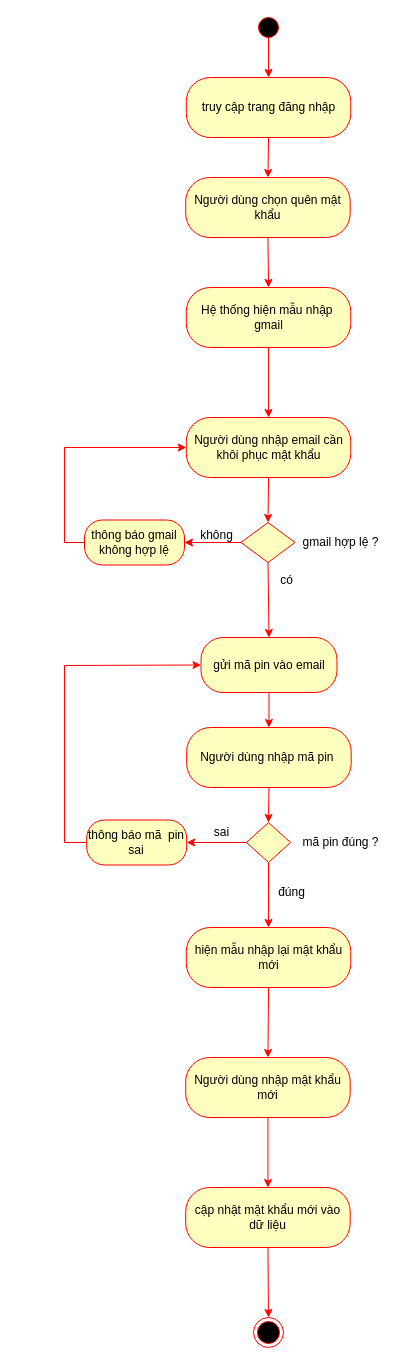
The draw.io diagram Nam3_HK1/CNPM_SoftTech/Activity Diagrams/Quân Huỳnh/AD_QuênMậtKhẩu.drawio in EdgarIgnite16/SGU-Course, before the edit. Source tidied: cells renumbered, new cells numbered last; positions are measured from the earlier drawing's top-left corner, leaving out a move shared by most shapes. Both pictures are drawn from the tidied source at 100%, with x=0, y=0 at pixel (64, 17).
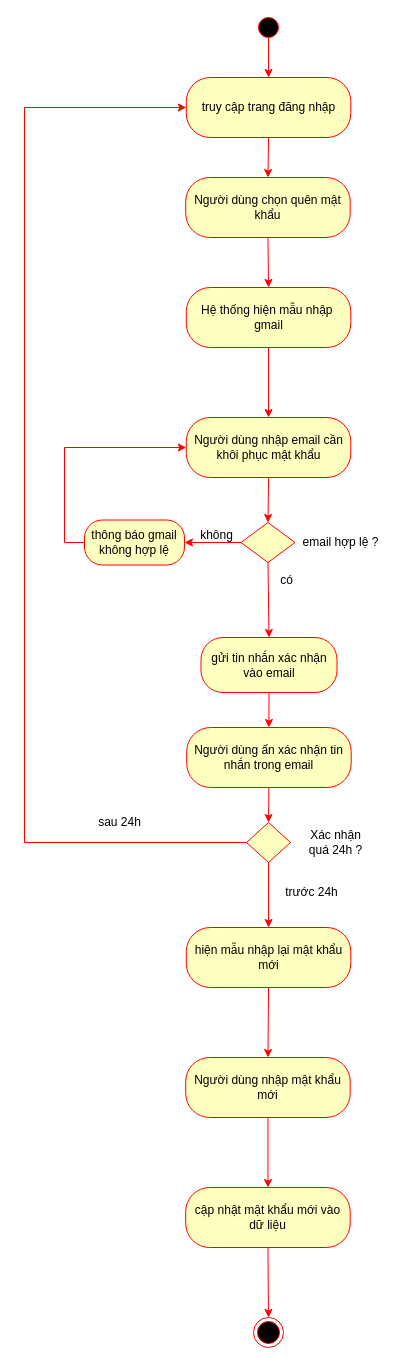
The same diagram, later.

The change refers to these unchanged cells:
```xml
<mxCell id="14" style="rhombus;whiteSpace=wrap;html=1;fillColor=#FFFFC0;strokeColor=#FF0000;" parent="1" vertex="1">
  <mxGeometry x="182" y="805" width="44" height="40" as="geometry" />
</mxCell>
<mxCell id="27" value="truy cập trang đăng nhập" style="rounded=1;whiteSpace=wrap;html=1;arcSize=40;fontColor=#000000;fillColor=#ffffc0;strokeColor=#ff0000;" parent="1" vertex="1">
  <mxGeometry x="121.8" y="60" width="164.5" height="60" as="geometry" />
</mxCell>
```

What changed in the source:
```diff
@@
-    <mxCell id="18" style="endArrow=classic;html=1;rounded=0;exitX=0;exitY=0.5;exitDx=0;exitDy=0;fillColor=#fff2cc;strokeColor=#FF0000;entryX=1;entryY=0.5;entryDx=0;entryDy=0;" parent="1" edge="1" source="14" target="34">
-      <mxGeometry relative="1" as="geometry" />
+    <mxCell id="18" style="endArrow=classic;html=1;rounded=0;exitX=0;exitY=0.5;exitDx=0;exitDy=0;fillColor=#fff2cc;strokeColor=#FF0000;entryX=0;entryY=0.5;entryDx=0;entryDy=0;" parent="1" edge="1" source="14" target="27">
+      <mxGeometry relative="1" as="geometry">
+        <Array as="points">
+          <mxPoint x="-40" y="825" />
+          <mxPoint x="-40" y="90" />
+        </Array>
+      </mxGeometry>
     </mxCell>
-    <mxCell id="19" style="endArrow=classic;html=1;rounded=0;exitX=0;exitY=0.5;exitDx=0;exitDy=0;entryX=0;entryY=0.5;entryDx=0;entryDy=0;fillColor=#fff2cc;strokeColor=#FF0000;" parent="1" edge="1" source="34" target="32">
-      <mxGeometry relative="1" as="geometry">
-        <Array as="points">
-          <mxPoint y="825" />
-          <mxPoint y="648" />
-        </Array>
-      </mxGeometry>
-    </mxCell>
-    <mxCell id="20" value="sai" style="text;html=1;align=center;verticalAlign=middle;strokeColor=none;fillColor=none;" parent="1" vertex="1">
-      <mxGeometry x="136.5" y="800" width="40" height="30" as="geometry" />
+    <mxCell id="20" value="sau 24h" style="text;html=1;align=center;verticalAlign=middle;strokeColor=none;fillColor=none;" parent="1" vertex="1">
+      <mxGeometry x="20" y="790" width="70" height="30" as="geometry" />
     </mxCell>
@@
-    <mxCell id="24" value="đúng" style="text;html=1;align=center;verticalAlign=middle;strokeColor=none;fillColor=none;" parent="1" vertex="1">
-      <mxGeometry x="202" y="860" width="50" height="30" as="geometry" />
+    <mxCell id="24" value="trước 24h" style="text;html=1;align=center;verticalAlign=middle;strokeColor=none;fillColor=none;" parent="1" vertex="1">
+      <mxGeometry x="206.8" y="860" width="80" height="30" as="geometry" />
     </mxCell>
-    <mxCell id="25" value="gmail hợp lệ ?" style="text;html=1;align=center;verticalAlign=middle;strokeColor=none;fillColor=none;" parent="1" vertex="1">
+    <mxCell id="25" value="email hợp lệ ?" style="text;html=1;align=center;verticalAlign=middle;strokeColor=none;fillColor=none;" parent="1" vertex="1">
       <mxGeometry x="226" y="510" width="100" height="30" as="geometry" />
     </mxCell>
-    <mxCell id="26" value="mã pin đúng ?" style="text;html=1;align=center;verticalAlign=middle;strokeColor=none;fillColor=none;" parent="1" vertex="1">
-      <mxGeometry x="226" y="810" width="100" height="30" as="geometry" />
+    <mxCell id="26" value="Xác nhận &lt;br&gt;quá 24h ?" style="text;html=1;align=center;verticalAlign=middle;strokeColor=none;fillColor=none;" parent="1" vertex="1">
+      <mxGeometry x="230.5" y="805" width="80" height="40" as="geometry" />
     </mxCell>
@@
-    <mxCell id="32" value="gửi mã pin vào email" style="rounded=1;whiteSpace=wrap;html=1;arcSize=40;fontColor=#000000;fillColor=#FFFFC0;strokeColor=#ff0000;" parent="1" vertex="1">
+    <mxCell id="32" value="gửi tin nhắn xác nhận vào email" style="rounded=1;whiteSpace=wrap;html=1;arcSize=40;fontColor=#000000;fillColor=#FFFFC0;strokeColor=#ff0000;" parent="1" vertex="1">
       <mxGeometry x="136.5" y="620" width="136" height="55" as="geometry" />
     </mxCell>
-    <mxCell id="33" value="Người dùng nhập mã pin&amp;nbsp;" style="rounded=1;whiteSpace=wrap;html=1;arcSize=40;fontColor=#000000;fillColor=#FFFFC0;strokeColor=#ff0000;" parent="1" vertex="1">
+    <mxCell id="33" value="Người dùng ấn xác nhận tin nhắn trong email" style="rounded=1;whiteSpace=wrap;html=1;arcSize=40;fontColor=#000000;fillColor=#FFFFC0;strokeColor=#ff0000;" parent="1" vertex="1">
       <mxGeometry x="122.2" y="710" width="164.5" height="60" as="geometry" />
     </mxCell>
-    <mxCell id="34" value="thông báo mã&amp;nbsp; pin sai" style="rounded=1;whiteSpace=wrap;html=1;arcSize=40;fontColor=#000000;fillColor=#FFFFC0;strokeColor=#ff0000;" parent="1" vertex="1">
-      <mxGeometry x="22.2" y="802.5" width="100" height="45" as="geometry" />
-    </mxCell>
```
